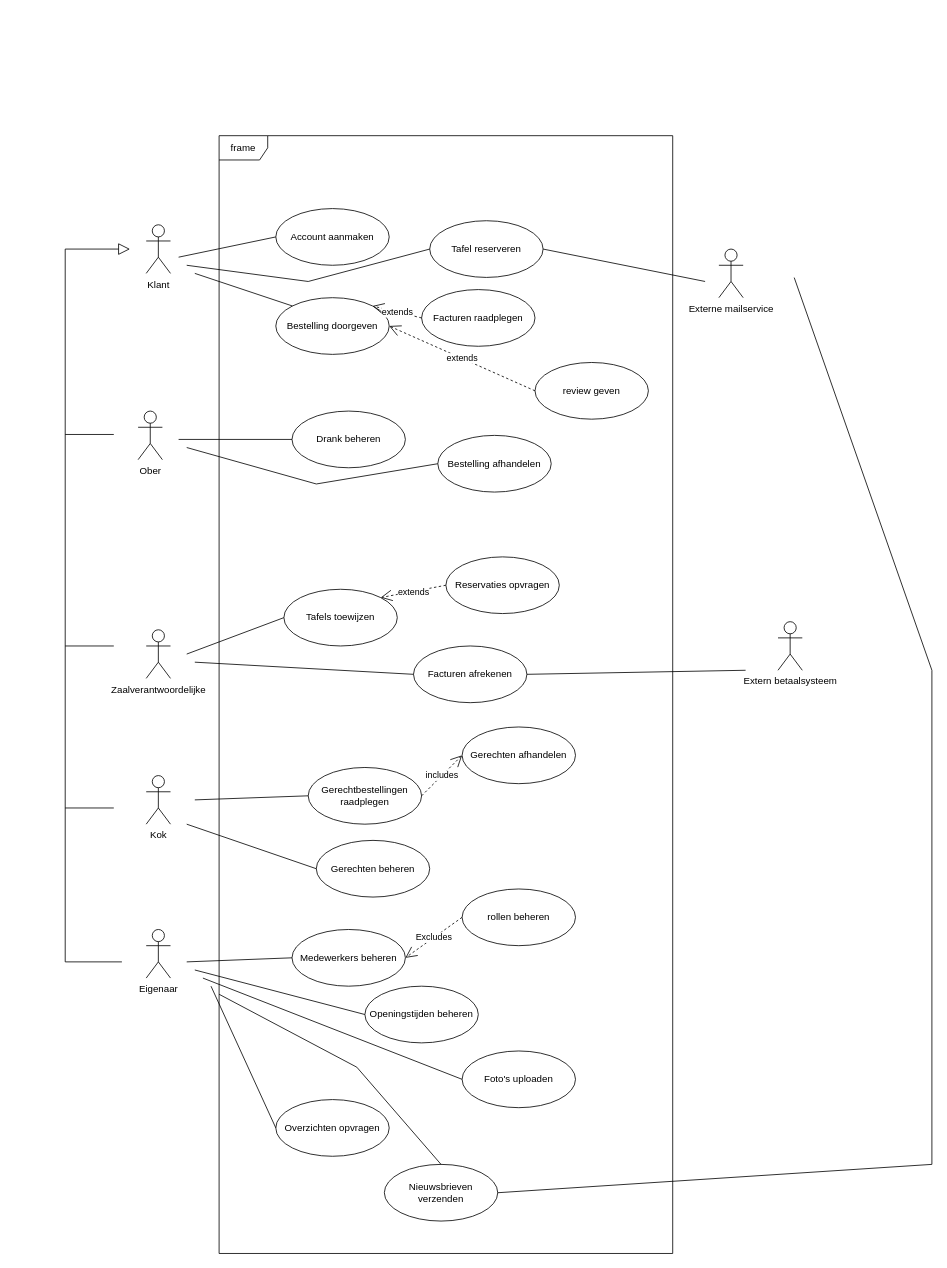
Earlier version of the draw.io diagram uml-schema-jens.drawio (jensvp/uml). Source tidied: cells renumbered, new cells numbered last; positions are measured from the earlier drawing's top-left corner, leaving out a move shared by most shapes. Both pictures are drawn from the tidied source at 81%, with x=0, y=0 at pixel (65, 135).
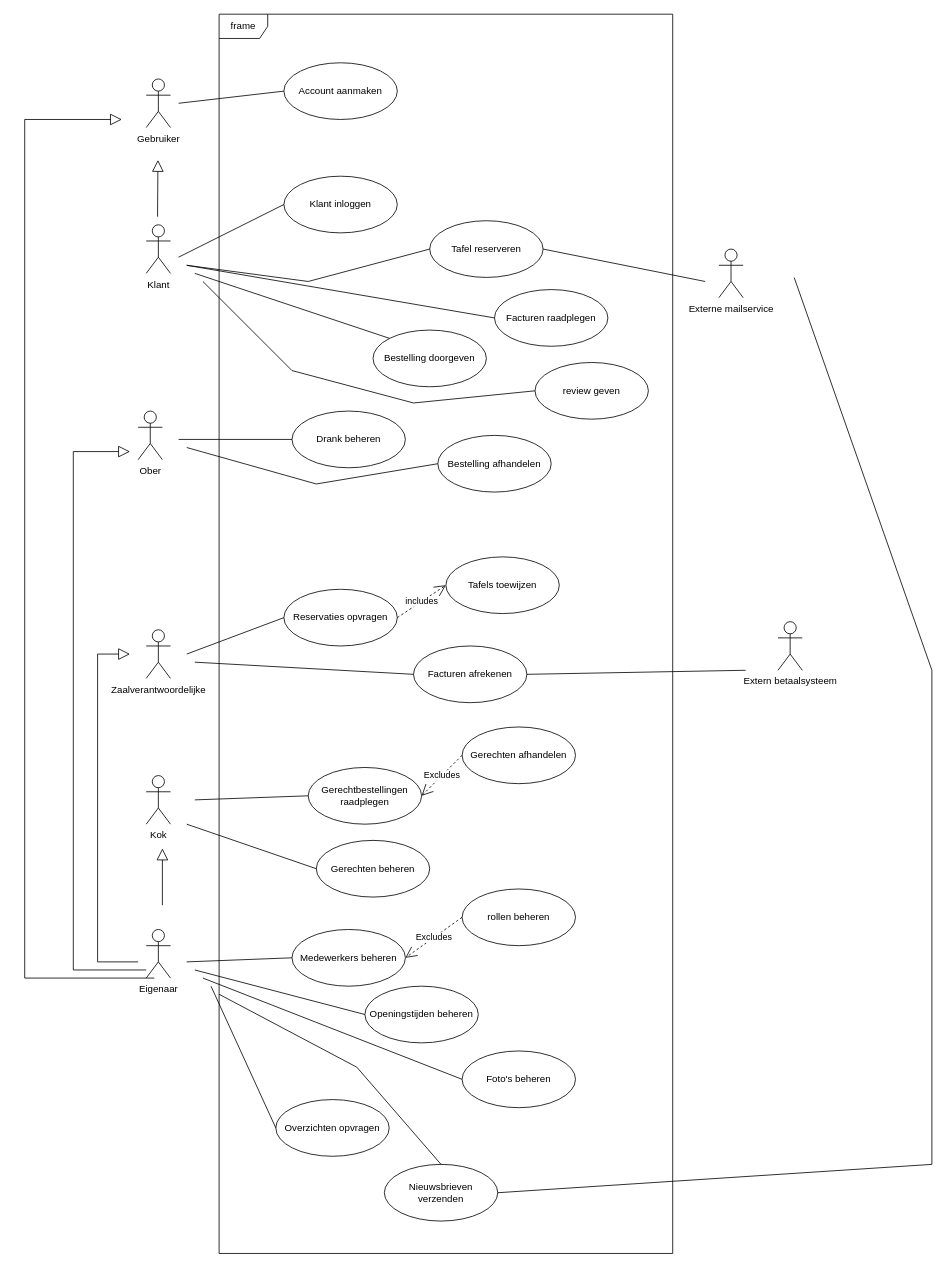
The same page after the edit.

The change refers to these unchanged cells:
```xml
<mxCell id="18" value="review geven" style="ellipse;whiteSpace=wrap;html=1;" parent="1" vertex="1">
  <mxGeometry x="580" y="280" width="140" height="70" as="geometry" />
</mxCell>
<mxCell id="32" value="Gerechtbestellingen raadplegen" style="ellipse;whiteSpace=wrap;html=1;" parent="1" vertex="1">
  <mxGeometry x="300" y="780" width="140" height="70" as="geometry" />
</mxCell>
<mxCell id="34" value="Gerechten afhandelen" style="ellipse;whiteSpace=wrap;html=1;" parent="1" vertex="1">
  <mxGeometry x="490" y="730" width="140" height="70" as="geometry" />
</mxCell>
```

The edit, as a diff of the source:
```diff
@@
     <mxCell id="7" value="frame" style="shape=umlFrame;whiteSpace=wrap;html=1;" parent="1" vertex="1">
-      <mxGeometry x="190" width="560" height="1380" as="geometry" />
+      <mxGeometry x="190" y="-150" width="560" height="1530" as="geometry" />
     </mxCell>
-    <mxCell id="8" value="Account aanmaken" style="ellipse;whiteSpace=wrap;html=1;" parent="1" vertex="1">
-      <mxGeometry x="260" y="90" width="140" height="70" as="geometry" />
+    <mxCell id="8" value="Klant inloggen" style="ellipse;whiteSpace=wrap;html=1;" parent="1" vertex="1">
+      <mxGeometry x="270" y="50" width="140" height="70" as="geometry" />
     </mxCell>
@@
     <mxCell id="12" value="Bestelling doorgeven" style="ellipse;whiteSpace=wrap;html=1;" parent="1" vertex="1">
-      <mxGeometry x="260" y="200" width="140" height="70" as="geometry" />
+      <mxGeometry x="380" y="240" width="140" height="70" as="geometry" />
     </mxCell>
@@
     <mxCell id="16" value="Facturen raadplegen" style="ellipse;whiteSpace=wrap;html=1;" parent="1" vertex="1">
-      <mxGeometry x="440" y="190" width="140" height="70" as="geometry" />
+      <mxGeometry x="530" y="190" width="140" height="70" as="geometry" />
     </mxCell>
-    <mxCell id="17" value="extends" style="endArrow=open;endSize=12;dashed=1;html=1;rounded=0;exitX=0;exitY=0.5;exitDx=0;exitDy=0;entryX=1;entryY=0;entryDx=0;entryDy=0;" parent="1" edge="1" source="16" target="12">
-      <mxGeometry relative="1" as="geometry" />
-    </mxCell>
@@
-    <mxCell id="19" value="extends" style="endArrow=open;endSize=12;dashed=1;html=1;rounded=0;exitX=0;exitY=0.5;exitDx=0;exitDy=0;entryX=1;entryY=0.5;entryDx=0;entryDy=0;" parent="1" edge="1" source="18" target="12">
-      <mxGeometry relative="1" as="geometry" />
-    </mxCell>
@@
-    <mxCell id="24" value="Tafels toewijzen" style="ellipse;whiteSpace=wrap;html=1;" parent="1" vertex="1">
+    <mxCell id="24" value="Reservaties opvragen" style="ellipse;whiteSpace=wrap;html=1;" parent="1" vertex="1">
       <mxGeometry x="270" y="560" width="140" height="70" as="geometry" />
     </mxCell>
@@
-    <mxCell id="26" value="Reservaties opvragen" style="ellipse;whiteSpace=wrap;html=1;" parent="1" vertex="1">
+    <mxCell id="26" value="Tafels toewijzen" style="ellipse;whiteSpace=wrap;html=1;" parent="1" vertex="1">
       <mxGeometry x="470" y="520" width="140" height="70" as="geometry" />
     </mxCell>
-    <mxCell id="27" value="extends" style="endArrow=open;endSize=12;dashed=1;html=1;rounded=0;exitX=0;exitY=0.5;exitDx=0;exitDy=0;entryX=1;entryY=0;entryDx=0;entryDy=0;" parent="1" edge="1" source="26" target="24">
-      <mxGeometry relative="1" as="geometry" />
-    </mxCell>
@@
-    <mxCell id="36" value="includes" style="endArrow=open;endSize=12;dashed=1;html=1;rounded=0;exitX=1;exitY=0.5;exitDx=0;exitDy=0;entryX=0;entryY=0.5;entryDx=0;entryDy=0;" parent="1" edge="1" source="32" target="34">
-      <mxGeometry relative="1" as="geometry" />
-    </mxCell>
@@
-    <mxCell id="43" value="Foto's uploaden" style="ellipse;whiteSpace=wrap;html=1;" parent="1" vertex="1">
+    <mxCell id="43" value="Foto's beheren" style="ellipse;whiteSpace=wrap;html=1;" parent="1" vertex="1">
       <mxGeometry x="490" y="1130" width="140" height="70" as="geometry" />
     </mxCell>
@@
-    <mxCell id="51" style="endArrow=none;html=1;rounded=0;" parent="1" edge="1">
-      <mxGeometry relative="1" as="geometry">
-        <mxPoint y="140" as="sourcePoint" />
-        <mxPoint x="70" y="1020" as="targetPoint" />
-        <Array as="points">
-          <mxPoint y="1020" />
-        </Array>
-      </mxGeometry>
-    </mxCell>
-    <mxCell id="52" style="endArrow=none;html=1;rounded=0;" parent="1" edge="1">
-      <mxGeometry relative="1" as="geometry">
-        <mxPoint y="630" as="sourcePoint" />
-        <mxPoint x="60" y="630" as="targetPoint" />
-      </mxGeometry>
-    </mxCell>
-    <mxCell id="53" style="endArrow=none;html=1;rounded=0;" parent="1" edge="1">
-      <mxGeometry relative="1" as="geometry">
-        <mxPoint y="830" as="sourcePoint" />
-        <mxPoint x="60" y="830" as="targetPoint" />
-      </mxGeometry>
-    </mxCell>
-    <mxCell id="54" style="endArrow=none;html=1;rounded=0;" parent="1" edge="1">
-      <mxGeometry relative="1" as="geometry">
-        <mxPoint y="368.9" as="sourcePoint" />
-        <mxPoint x="60" y="368.9" as="targetPoint" />
-      </mxGeometry>
-    </mxCell>
-    <mxCell id="55" style="endArrow=block;endFill=0;endSize=12;html=1;rounded=0;" parent="1" edge="1">
-      <mxGeometry relative="1" as="geometry">
-        <mxPoint y="140" as="sourcePoint" />
-        <mxPoint x="80" y="140" as="targetPoint" />
-      </mxGeometry>
-    </mxCell>
+    <mxCell id="56" style="endArrow=block;endFill=0;endSize=12;html=1;rounded=0;" parent="1" edge="1">
+      <mxGeometry relative="1" as="geometry">
+        <mxPoint x="120" y="950" as="sourcePoint" />
+        <mxPoint x="120" y="880" as="targetPoint" />
+      </mxGeometry>
+    </mxCell>
+    <mxCell id="57" style="endArrow=none;html=1;rounded=0;entryX=0;entryY=0.5;entryDx=0;entryDy=0;" parent="1" edge="1" target="18">
+      <mxGeometry relative="1" as="geometry">
+        <mxPoint x="170" y="180" as="sourcePoint" />
+        <Array as="points">
+          <mxPoint x="280" y="290" />
+          <mxPoint x="430" y="330" />
+        </Array>
+      </mxGeometry>
+    </mxCell>
+    <mxCell id="58" style="endArrow=none;html=1;rounded=0;entryX=0;entryY=0.5;entryDx=0;entryDy=0;" parent="1" edge="1" target="16">
+      <mxGeometry relative="1" as="geometry">
+        <mxPoint x="150" y="160" as="sourcePoint" />
+      </mxGeometry>
+    </mxCell>
+    <mxCell id="36" value="includes" style="endArrow=open;endSize=12;dashed=1;html=1;rounded=0;exitX=1;exitY=0.5;exitDx=0;exitDy=0;entryX=0;entryY=0.5;entryDx=0;entryDy=0;" parent="1" edge="1" source="24" target="26">
+      <mxGeometry relative="1" as="geometry" />
+    </mxCell>
+    <mxCell id="59" value="Excludes" style="endArrow=open;endSize=12;dashed=1;html=1;rounded=0;exitX=0;exitY=0.5;exitDx=0;exitDy=0;entryX=1;entryY=0.5;entryDx=0;entryDy=0;" parent="1" edge="1" source="34" target="32">
+      <mxGeometry relative="1" as="geometry" />
+    </mxCell>
+    <mxCell id="60" value="Gebruiker" style="shape=umlActor;verticalLabelPosition=bottom;verticalAlign=top;html=1;" parent="1" vertex="1">
+      <mxGeometry x="100" y="-70" width="30" height="60" as="geometry" />
+    </mxCell>
+    <mxCell id="61" value="Account aanmaken" style="ellipse;whiteSpace=wrap;html=1;" parent="1" vertex="1">
+      <mxGeometry x="270" y="-90" width="140" height="70" as="geometry" />
+    </mxCell>
+    <mxCell id="62" style="endArrow=none;html=1;rounded=0;entryX=0;entryY=0.5;entryDx=0;entryDy=0;" parent="1" edge="1" target="61">
+      <mxGeometry relative="1" as="geometry">
+        <mxPoint x="140" y="-40" as="sourcePoint" />
+      </mxGeometry>
+    </mxCell>
+    <mxCell id="63" style="endArrow=block;endFill=0;endSize=12;html=1;rounded=0;" parent="1" edge="1">
+      <mxGeometry relative="1" as="geometry">
+        <mxPoint x="114" y="100" as="sourcePoint" />
+        <mxPoint x="114.5" y="30" as="targetPoint" />
+      </mxGeometry>
+    </mxCell>
+    <mxCell id="64" style="endArrow=block;endFill=0;endSize=12;html=1;rounded=0;" parent="1" edge="1">
+      <mxGeometry relative="1" as="geometry">
+        <mxPoint x="90" y="1020" as="sourcePoint" />
+        <mxPoint x="80" y="640" as="targetPoint" />
+        <Array as="points">
+          <mxPoint x="40" y="1020" />
+          <mxPoint x="40" y="640" />
+        </Array>
+      </mxGeometry>
+    </mxCell>
+    <mxCell id="65" style="endArrow=block;endFill=0;endSize=12;html=1;rounded=0;" parent="1" edge="1">
+      <mxGeometry relative="1" as="geometry">
+        <mxPoint x="100" y="1030" as="sourcePoint" />
+        <mxPoint x="80" y="390" as="targetPoint" />
+        <Array as="points">
+          <mxPoint x="10" y="1030" />
+          <mxPoint x="10" y="390" />
+        </Array>
+      </mxGeometry>
+    </mxCell>
+    <mxCell id="66" style="endArrow=block;endFill=0;endSize=12;html=1;rounded=0;" parent="1" edge="1">
+      <mxGeometry relative="1" as="geometry">
+        <mxPoint x="110" y="1040" as="sourcePoint" />
+        <mxPoint x="70" y="-20" as="targetPoint" />
+        <Array as="points">
+          <mxPoint x="-50" y="1040" />
+          <mxPoint x="-50" y="-20" />
+        </Array>
+      </mxGeometry>
+    </mxCell>
```
